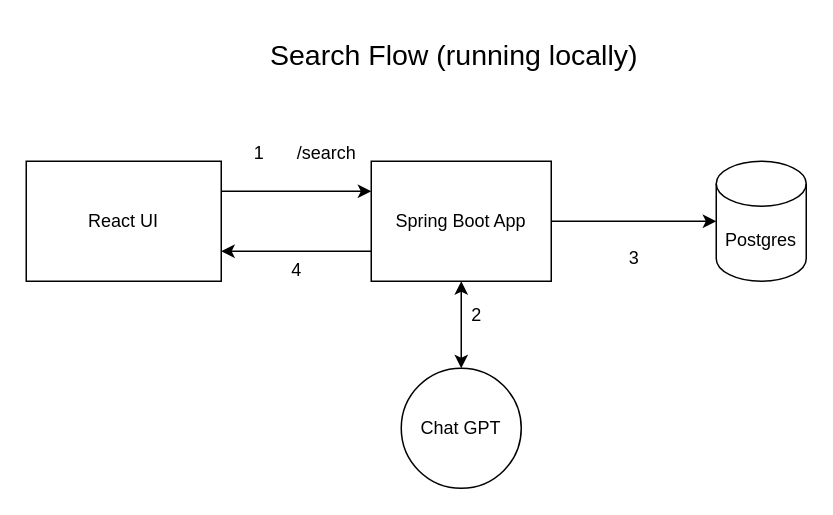
vrmehta93/tutorials-learning keeps this draw.io diagram as Misc/SpringOne 2024/Building And Monetizing Generative AI Plugins With Spring AI/SpringOne2024-Building and Monetizing Generative AI Plugins.drawio. Above is the earlier version. Source tidied: cells renumbered, new cells numbered last; positions are measured from the earlier drawing's top-left corner, leaving out a move shared by most shapes. Both pictures are drawn from the tidied source at 150%, with x=0, y=0 at pixel (26, 26).
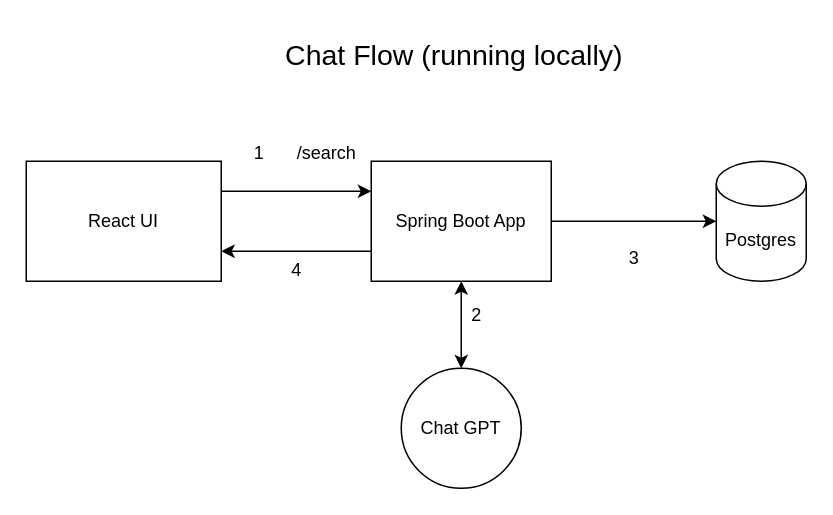
The same diagram, later.

What changed in the source:
```diff
@@
 <mxGraphModel>
   <root>
     <mxCell id="0" />
     <mxCell id="1" parent="0" />
     <mxCell id="2" style="edgeStyle=orthogonalEdgeStyle;rounded=0;jettySize=auto;html=1;exitX=1;exitY=0.25;exitDx=0;exitDy=0;entryX=0;entryY=0.25;entryDx=0;entryDy=0;" parent="1" edge="1" source="3" target="7">
       <mxGeometry relative="1" as="geometry" />
     </mxCell>
     <mxCell id="3" value="React UI" style="rounded=0;whiteSpace=wrap;html=1;" parent="1" vertex="1">
       <mxGeometry y="90" width="130" height="80" as="geometry" />
     </mxCell>
-    <mxCell id="4" value="Search Flow (running locally)" style="text;html=1;align=center;verticalAlign=middle;strokeColor=none;fillColor=none;fontSize=19;" parent="1" vertex="1">
-      <mxGeometry x="150" width="270" height="40" as="geometry" />
+    <mxCell id="4" value="Chat Flow (running locally)" style="text;html=1;align=center;verticalAlign=middle;strokeColor=none;fillColor=none;fontSize=19;" parent="1" vertex="1">
+      <mxGeometry x="160" width="250" height="40" as="geometry" />
     </mxCell>
     <mxCell id="5" value="/search" style="text;html=1;align=center;verticalAlign=middle;strokeColor=none;fillColor=none;" parent="1" vertex="1">
       <mxGeometry x="170" y="70" width="60" height="30" as="geometry" />
     </mxCell>
     <mxCell id="6" style="edgeStyle=orthogonalEdgeStyle;rounded=0;jettySize=auto;html=1;exitX=0;exitY=0.75;exitDx=0;exitDy=0;entryX=1;entryY=0.75;entryDx=0;entryDy=0;" parent="1" edge="1" source="7" target="3">
       <mxGeometry relative="1" as="geometry" />
     </mxCell>
     <mxCell id="7" value="Spring Boot App" style="rounded=0;whiteSpace=wrap;html=1;" parent="1" vertex="1">
       <mxGeometry x="230" y="90" width="120" height="80" as="geometry" />
     </mxCell>
     <mxCell id="8" value="Chat GPT" style="ellipse;whiteSpace=wrap;html=1;rounded=0;" parent="1" vertex="1">
       <mxGeometry x="250" y="228" width="80" height="80" as="geometry" />
     </mxCell>
     <mxCell id="9" style="endArrow=classic;startArrow=classic;html=1;rounded=0;exitX=0.5;exitY=0;exitDx=0;exitDy=0;entryX=0.5;entryY=1;entryDx=0;entryDy=0;" parent="1" edge="1" source="8" target="7">
       <mxGeometry relative="1" as="geometry" />
     </mxCell>
     <mxCell id="10" value="1" style="text;html=1;align=center;verticalAlign=middle;strokeColor=none;fillColor=none;" parent="1" vertex="1">
       <mxGeometry x="140" y="70" width="30" height="30" as="geometry" />
     </mxCell>
     <mxCell id="11" value="2" style="text;html=1;align=center;verticalAlign=middle;strokeColor=none;fillColor=none;" parent="1" vertex="1">
       <mxGeometry x="285" y="178" width="30" height="30" as="geometry" />
     </mxCell>
     <mxCell id="12" value="Postgres" style="shape=cylinder3;whiteSpace=wrap;html=1;boundedLbl=1;backgroundOutline=1;size=15;" parent="1" vertex="1">
       <mxGeometry x="460" y="90" width="60" height="80" as="geometry" />
     </mxCell>
     <mxCell id="13" style="edgeStyle=orthogonalEdgeStyle;rounded=0;jettySize=auto;html=1;exitX=1;exitY=0.5;exitDx=0;exitDy=0;entryX=0;entryY=0.5;entryDx=0;entryDy=0;entryPerimeter=0;" parent="1" edge="1" source="7" target="12">
       <mxGeometry relative="1" as="geometry" />
     </mxCell>
     <mxCell id="14" value="3" style="text;html=1;align=center;verticalAlign=middle;strokeColor=none;fillColor=none;" parent="1" vertex="1">
       <mxGeometry x="390" y="140" width="30" height="30" as="geometry" />
     </mxCell>
     <mxCell id="15" value="4" style="text;html=1;align=center;verticalAlign=middle;strokeColor=none;fillColor=none;" parent="1" vertex="1">
       <mxGeometry x="165" y="148" width="30" height="30" as="geometry" />
     </mxCell>
   </root>
 </mxGraphModel>
```
